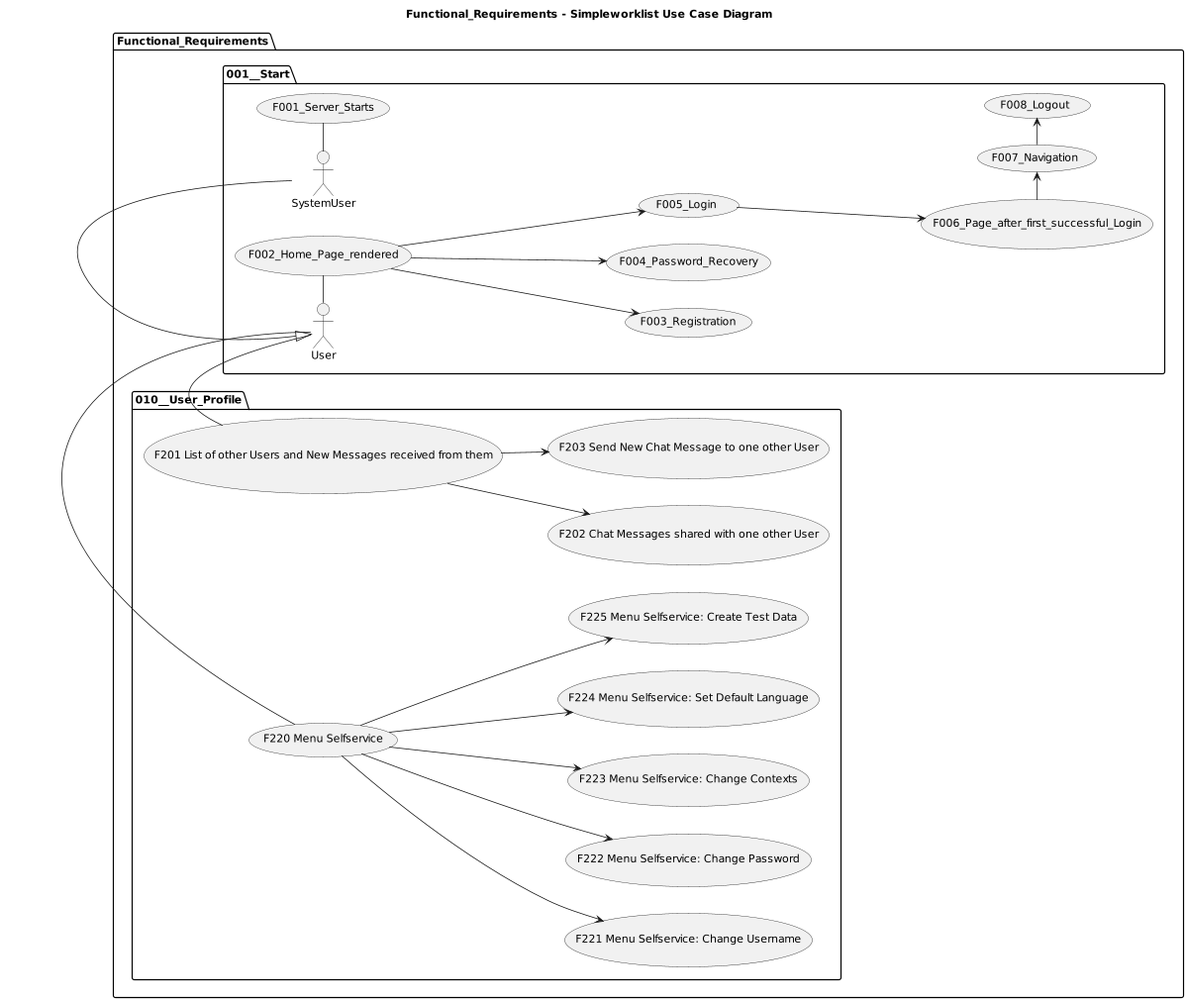
Earlier version of the PlantUML export src/main/resources/static/img/plantuml/Simpleworklist__Use_Cases__010__User_Profile.png (Spring-Framework-Java-Apps/simpleworklist). The source it was exported from:
```plantuml
@startuml

title Functional_Requirements - Simpleworklist Use Case Diagram

left to right direction


scale 1200 width

package Functional_Requirements {

  package 001__Start {
    SystemUser - (F001_Server_Starts)
    User - (F002_Home_Page_rendered)
    (F002_Home_Page_rendered) --> (F003_Registration)
    (F002_Home_Page_rendered) --> (F004_Password_Recovery)
    (F002_Home_Page_rendered) --> (F005_Login)
    (F005_Login) ---> (F006_Page_after_first_successful_Login)
    (F006_Page_after_first_successful_Login) -> (F007_Navigation)
    (F007_Navigation) -> (F008_Logout)
  }

  package 010__User_Profile {
    User - (F201 List of other Users and New Messages received from them)
    (F201 List of other Users and New Messages received from them) --> (F202 Chat Messages shared with one other User)
    (F201 List of other Users and New Messages received from them) --> (F203 Send New Chat Message to one other User)
    User - (F220 Menu Selfservice)
    (F220 Menu Selfservice) --> (F221 Menu Selfservice: Change Username)
    (F220 Menu Selfservice) --> (F222 Menu Selfservice: Change Password)
    (F220 Menu Selfservice) --> (F223 Menu Selfservice: Change Contexts)
    (F220 Menu Selfservice) --> (F224 Menu Selfservice: Set Default Language)
    (F220 Menu Selfservice) --> (F225 Menu Selfservice: Create Test Data)
  }

  User <|- SystemUser
}
@enduml
```
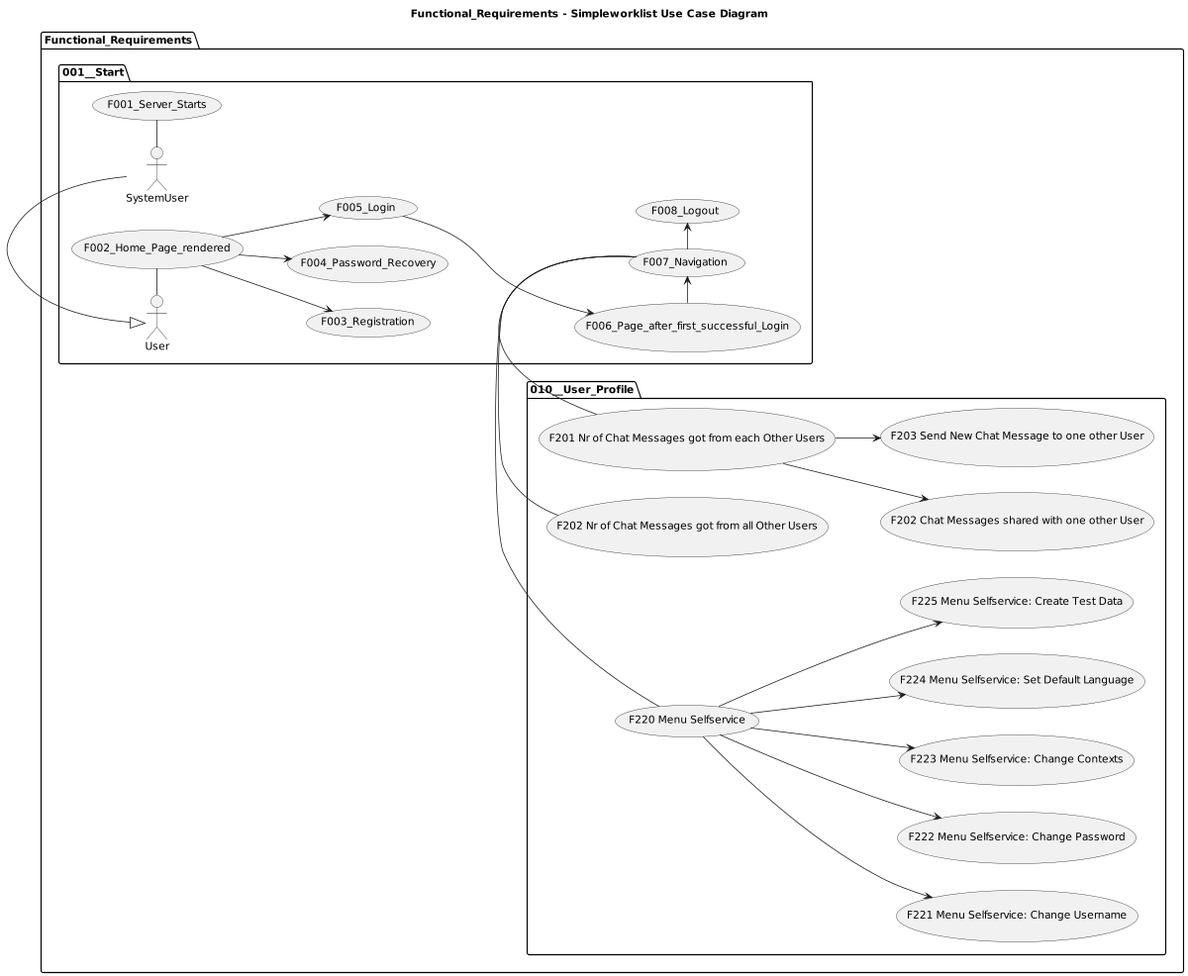
The same diagram one commit later.

The edit, as a diff of the source:
```diff
@@ -21,10 +21,11 @@
   }
 
   package 010__User_Profile {
-    User - (F201 List of other Users and New Messages received from them)
-    (F201 List of other Users and New Messages received from them) --> (F202 Chat Messages shared with one other User)
-    (F201 List of other Users and New Messages received from them) --> (F203 Send New Chat Message to one other User)
-    User - (F220 Menu Selfservice)
+    (F007_Navigation) - (F201 Nr of Chat Messages got from each Other Users)
+    (F201 Nr of Chat Messages got from each Other Users) --> (F202 Chat Messages shared with one other User)
+    (F201 Nr of Chat Messages got from each Other Users) --> (F203 Send New Chat Message to one other User)
+    (F007_Navigation) - (F202 Nr of Chat Messages got from all Other Users)
+    (F007_Navigation) - (F220 Menu Selfservice)
     (F220 Menu Selfservice) --> (F221 Menu Selfservice: Change Username)
     (F220 Menu Selfservice) --> (F222 Menu Selfservice: Change Password)
     (F220 Menu Selfservice) --> (F223 Menu Selfservice: Change Contexts)
```
